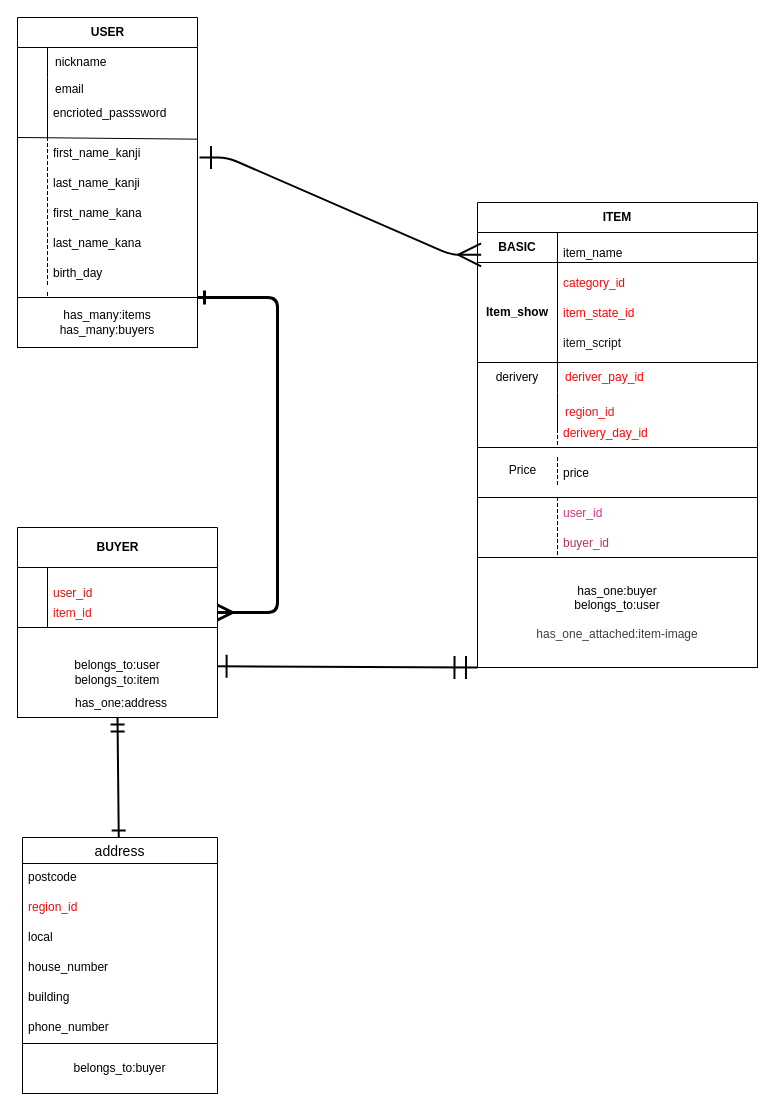
The draw.io diagram furima-46200.dio in Tomoki-Fukasawa/furima-46200, before the edit. Source tidied: cells renumbered, new cells numbered last; positions are measured from the earlier drawing's top-left corner, leaving out a move shared by most shapes. Both pictures are drawn from the tidied source at 100%, with x=0, y=0 at pixel (17, 17).
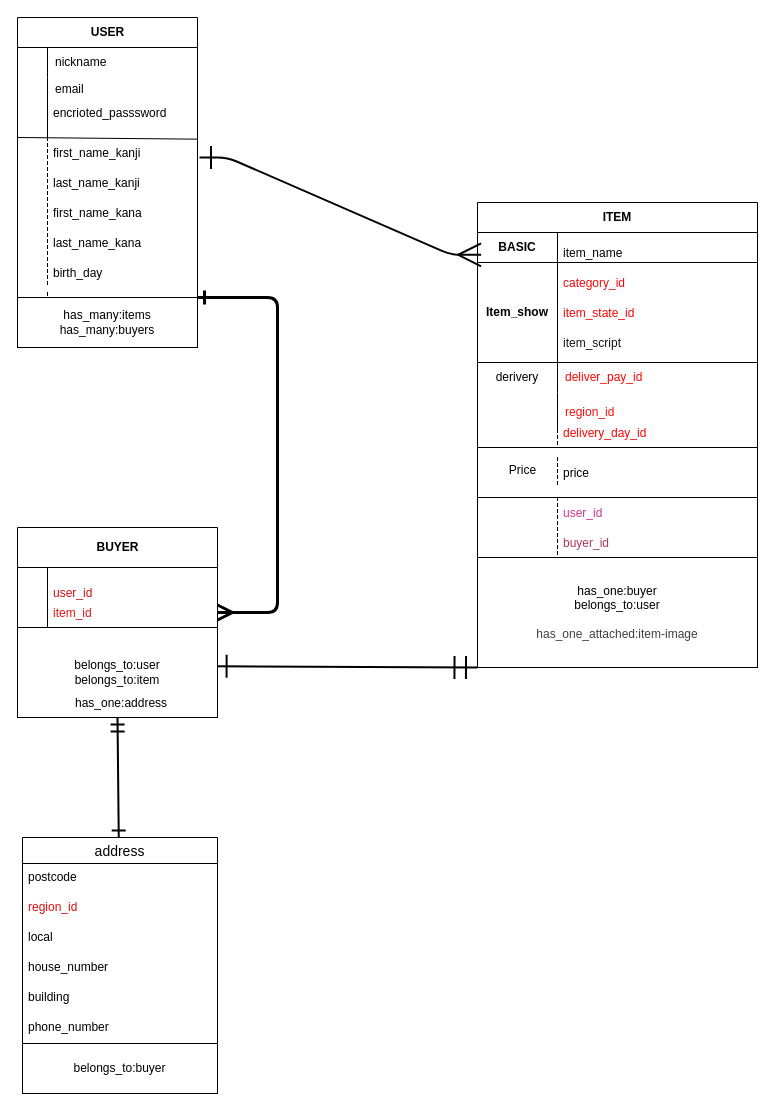
The same page after the edit.

Unchanged cells that the change refers to:
```xml
<mxCell id="38" style="shape=tableRow;horizontal=0;startSize=0;swimlaneHead=0;swimlaneBody=0;fillColor=none;top=0;left=0;right=0;bottom=0;html=1;" parent="31" vertex="1">
  <mxGeometry y="160" width="280" height="30" as="geometry" />
</mxCell>
```

Change to the diagram source:
```diff
@@
-    <mxCell id="40" value="&lt;font style=&quot;color: light-dark(rgb(255, 5, 5), rgb(237, 237, 237));&quot;&gt;deriver_pay_id&lt;/font&gt;" style="shape=partialRectangle;fillColor=none;top=0;left=0;bottom=0;right=0;align=left;spacingLeft=6;overflow=hidden;html=1;whiteSpace=wrap;" parent="38" vertex="1">
+    <mxCell id="40" value="&lt;font style=&quot;color: light-dark(rgb(255, 5, 5), rgb(237, 237, 237));&quot;&gt;deliver_pay_id&lt;/font&gt;" style="shape=partialRectangle;fillColor=none;top=0;left=0;bottom=0;right=0;align=left;spacingLeft=6;overflow=hidden;html=1;whiteSpace=wrap;" parent="38" vertex="1">
       <mxGeometry x="80" width="200" height="30" as="geometry" />
     </mxCell>
@@
-    <mxCell id="49" value="derivery_day_id" style="shape=partialRectangle;fillColor=none;align=left;verticalAlign=middle;strokeColor=none;spacingLeft=34;fontColor=light-dark(#fa0505, #ededed);" parent="1" vertex="1">
+    <mxCell id="49" value="delivery_day_id" style="shape=partialRectangle;fillColor=none;align=left;verticalAlign=middle;strokeColor=none;spacingLeft=34;fontColor=light-dark(#fa0505, #ededed);" parent="1" vertex="1">
       <mxGeometry x="510" y="400" width="90" height="30" as="geometry" />
     </mxCell>
```
